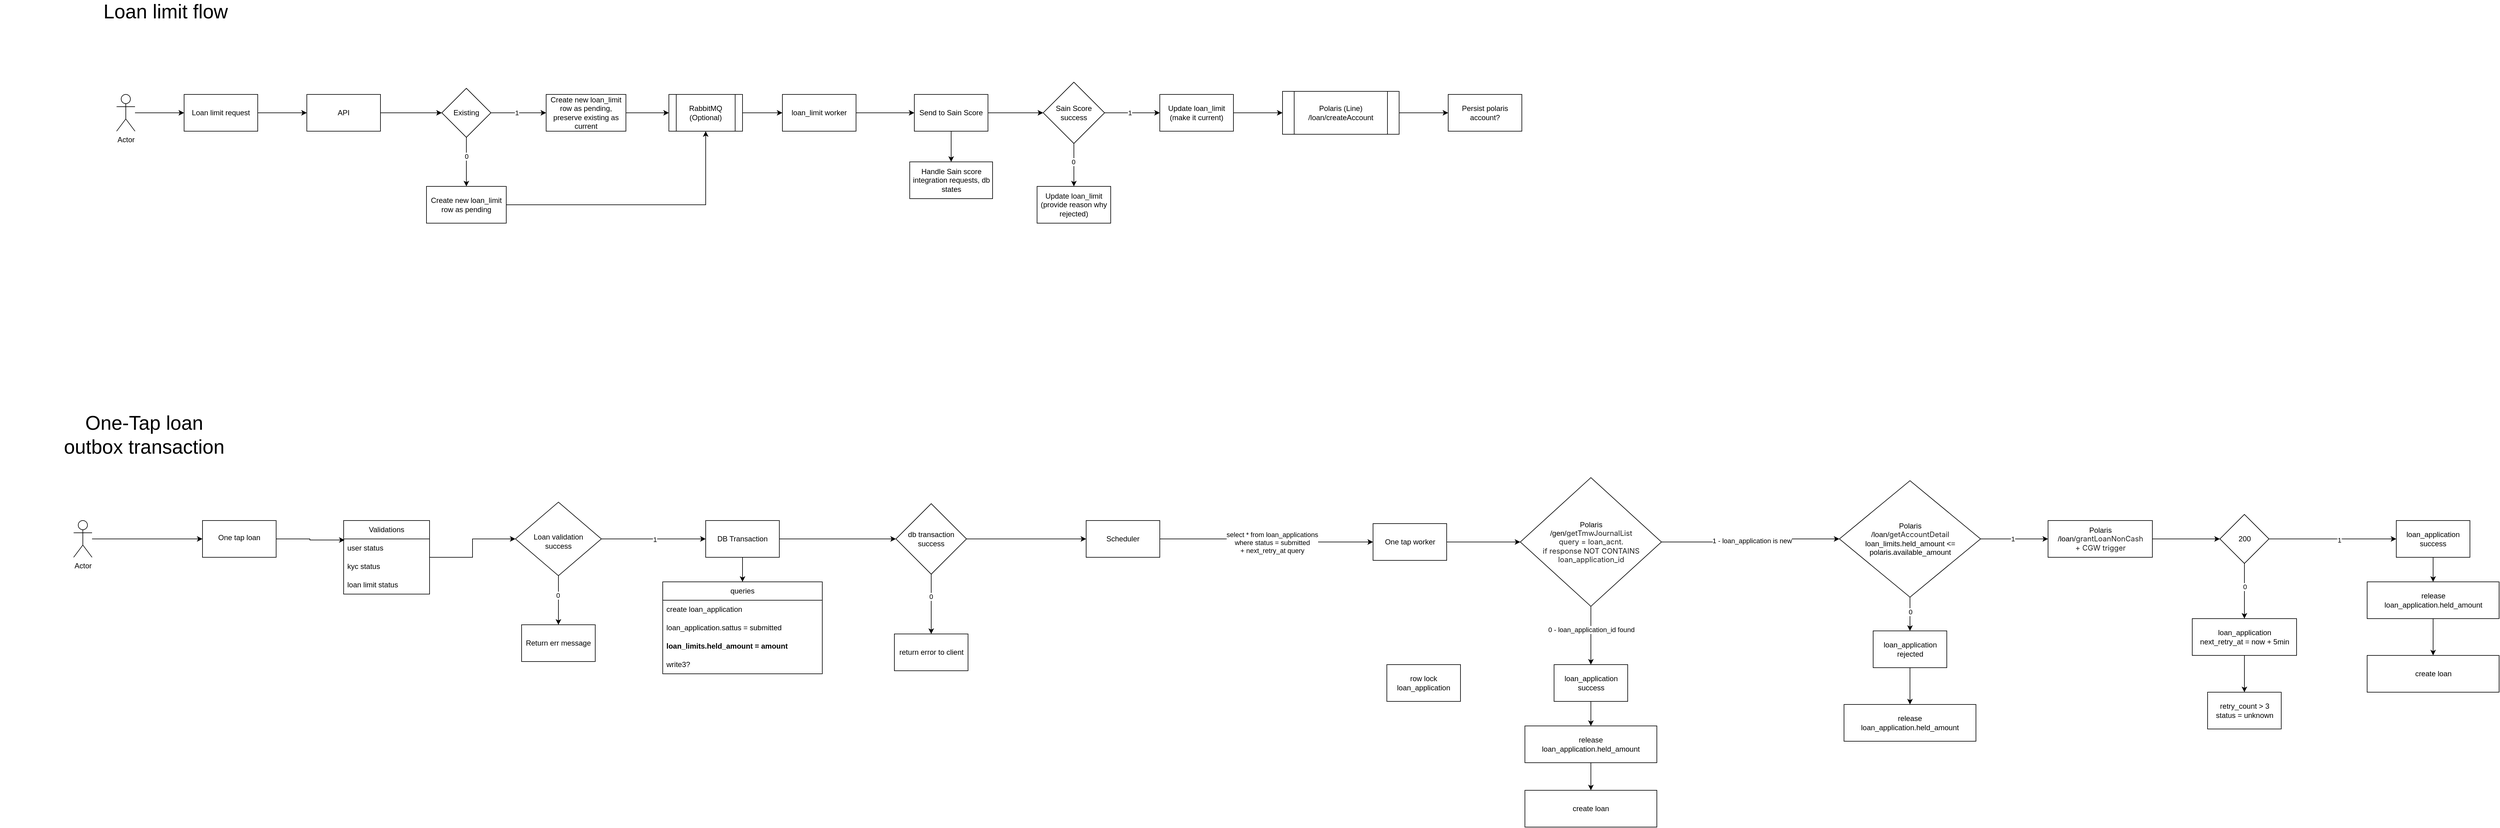
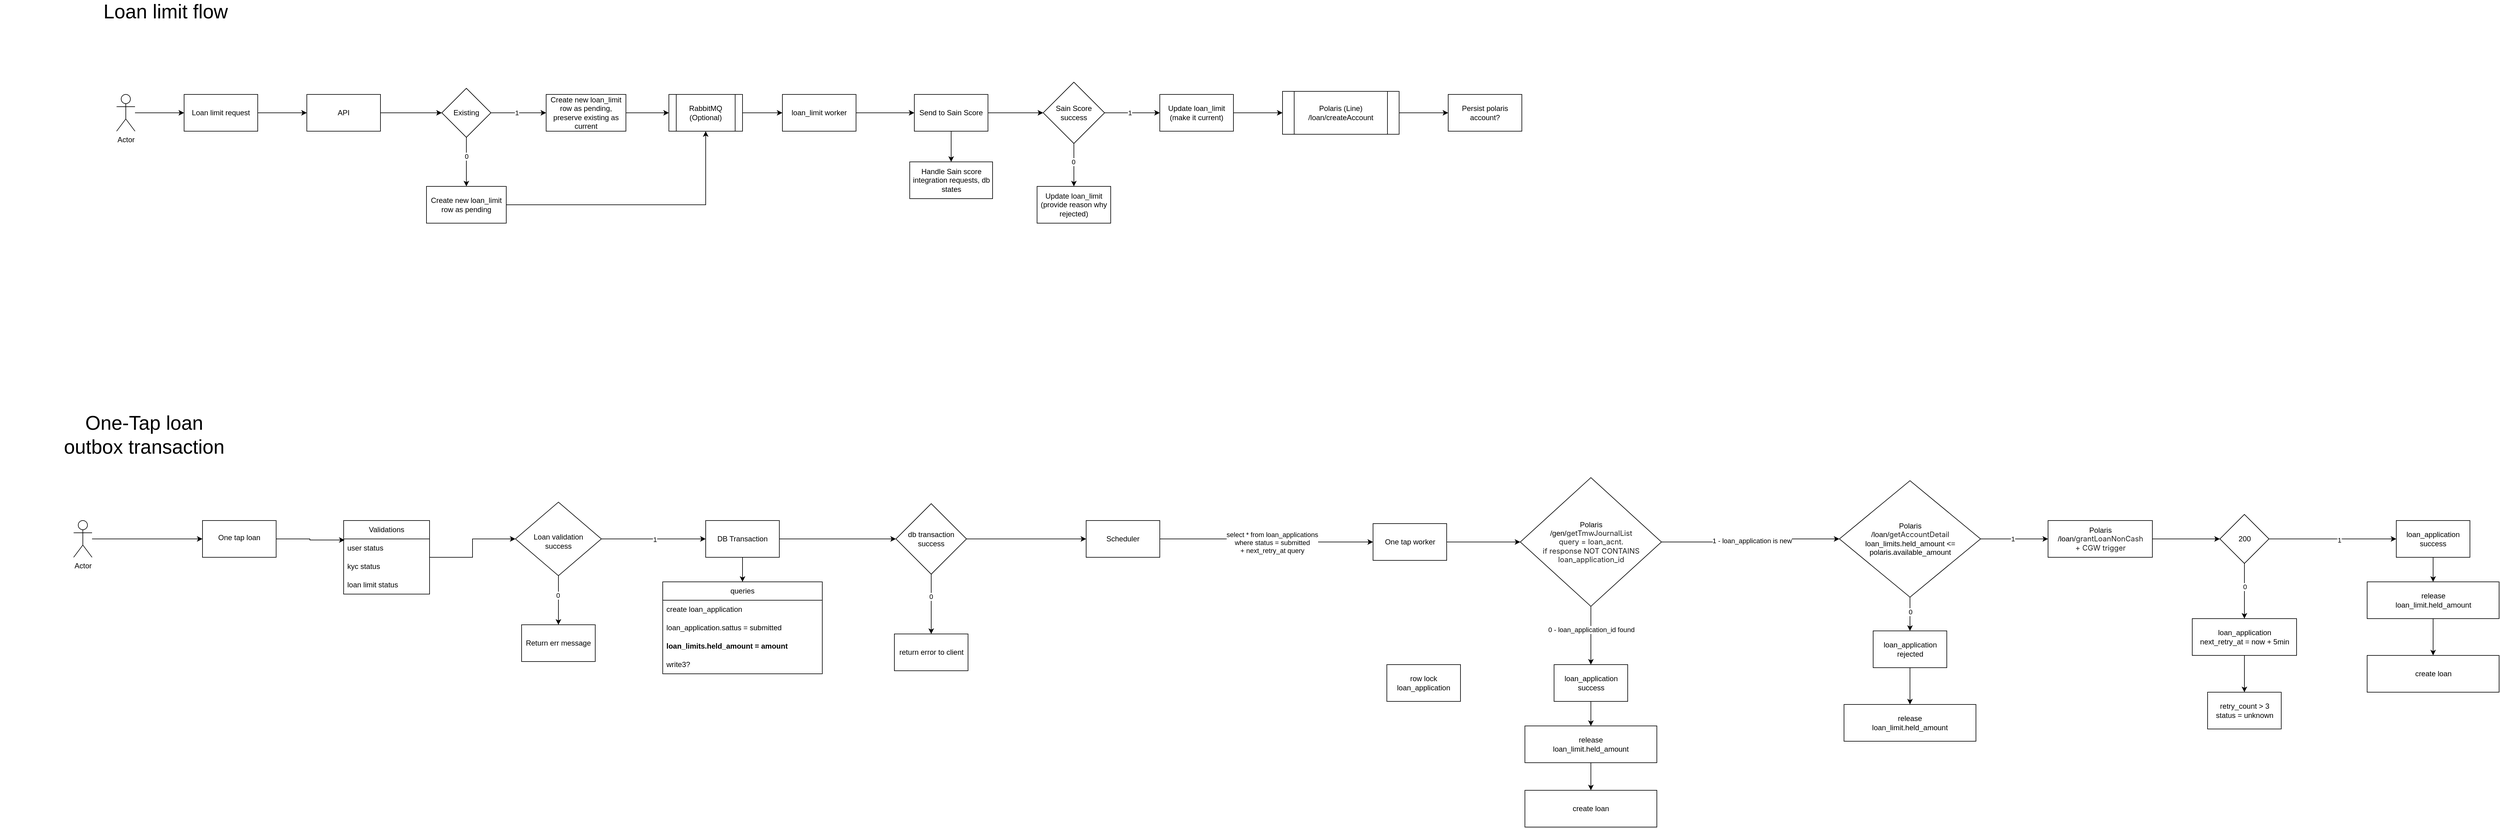
<mxfile host="app.diagrams.net">
  <diagram name="Page-1" id="VCBSuIh8bz7kurrQ0Zaz">
    <mxGraphModel dx="2067" dy="712" grid="1" gridSize="10" guides="1" tooltips="1" connect="1" arrows="1" fold="1" page="1" pageScale="1" pageWidth="850" pageHeight="1100" math="0" shadow="0">
      <root>
        <mxCell id="0" />
        <mxCell id="1" parent="0" />
        <mxCell id="KqixbsF9o6dLofBvsG9t-5" edge="1" parent="1" source="KqixbsF9o6dLofBvsG9t-1" style="edgeStyle=orthogonalEdgeStyle;rounded=0;orthogonalLoop=1;jettySize=auto;html=1;" target="KqixbsF9o6dLofBvsG9t-4" value="">
          <mxGeometry relative="1" as="geometry" />
        </mxCell>
        <mxCell id="KqixbsF9o6dLofBvsG9t-1" parent="1" style="rounded=0;whiteSpace=wrap;html=1;" value="Loan limit request" vertex="1">
          <mxGeometry height="60" width="120" x="150" y="210" as="geometry" />
        </mxCell>
        <mxCell id="KqixbsF9o6dLofBvsG9t-3" edge="1" parent="1" source="KqixbsF9o6dLofBvsG9t-2" style="edgeStyle=orthogonalEdgeStyle;rounded=0;orthogonalLoop=1;jettySize=auto;html=1;" target="KqixbsF9o6dLofBvsG9t-1" value="">
          <mxGeometry relative="1" as="geometry" />
        </mxCell>
        <mxCell id="KqixbsF9o6dLofBvsG9t-2" parent="1" style="shape=umlActor;verticalLabelPosition=bottom;verticalAlign=top;html=1;outlineConnect=0;" value="Actor" vertex="1">
          <mxGeometry height="60" width="30" x="40" y="210" as="geometry" />
        </mxCell>
        <mxCell id="KqixbsF9o6dLofBvsG9t-9" edge="1" parent="1" source="KqixbsF9o6dLofBvsG9t-4" style="edgeStyle=orthogonalEdgeStyle;rounded=0;orthogonalLoop=1;jettySize=auto;html=1;" target="KqixbsF9o6dLofBvsG9t-8" value="">
          <mxGeometry relative="1" as="geometry" />
        </mxCell>
        <mxCell id="KqixbsF9o6dLofBvsG9t-4" parent="1" style="rounded=0;whiteSpace=wrap;html=1;" value="API" vertex="1">
          <mxGeometry height="60" width="120" x="350" y="210" as="geometry" />
        </mxCell>
        <mxCell id="KqixbsF9o6dLofBvsG9t-11" edge="1" parent="1" source="KqixbsF9o6dLofBvsG9t-8" style="edgeStyle=orthogonalEdgeStyle;rounded=0;orthogonalLoop=1;jettySize=auto;html=1;" target="KqixbsF9o6dLofBvsG9t-10" value="">
          <mxGeometry relative="1" as="geometry" />
        </mxCell>
        <mxCell id="KqixbsF9o6dLofBvsG9t-12" connectable="0" parent="KqixbsF9o6dLofBvsG9t-11" style="edgeLabel;html=1;align=center;verticalAlign=middle;resizable=0;points=[];" value="1" vertex="1">
          <mxGeometry relative="1" x="-0.079" as="geometry">
            <mxPoint as="offset" />
          </mxGeometry>
        </mxCell>
        <mxCell id="KqixbsF9o6dLofBvsG9t-14" edge="1" parent="1" source="KqixbsF9o6dLofBvsG9t-8" style="edgeStyle=orthogonalEdgeStyle;rounded=0;orthogonalLoop=1;jettySize=auto;html=1;" target="KqixbsF9o6dLofBvsG9t-13" value="">
          <mxGeometry relative="1" as="geometry" />
        </mxCell>
        <mxCell id="KqixbsF9o6dLofBvsG9t-15" connectable="0" parent="KqixbsF9o6dLofBvsG9t-14" style="edgeLabel;html=1;align=center;verticalAlign=middle;resizable=0;points=[];" value="0" vertex="1">
          <mxGeometry relative="1" x="-0.2407" as="geometry">
            <mxPoint as="offset" />
          </mxGeometry>
        </mxCell>
        <mxCell id="KqixbsF9o6dLofBvsG9t-8" parent="1" style="rhombus;whiteSpace=wrap;html=1;rounded=0;" value="Existing" vertex="1">
          <mxGeometry height="80" width="80" x="570" y="200" as="geometry" />
        </mxCell>
        <mxCell id="KqixbsF9o6dLofBvsG9t-23" edge="1" parent="1" source="KqixbsF9o6dLofBvsG9t-10" style="edgeStyle=orthogonalEdgeStyle;rounded=0;orthogonalLoop=1;jettySize=auto;html=1;" target="KqixbsF9o6dLofBvsG9t-22" value="">
          <mxGeometry relative="1" as="geometry" />
        </mxCell>
        <mxCell id="KqixbsF9o6dLofBvsG9t-10" parent="1" style="whiteSpace=wrap;html=1;rounded=0;" value="Create new loan_limit row as pending, preserve existing as current" vertex="1">
          <mxGeometry height="60" width="130" x="740" y="210" as="geometry" />
        </mxCell>
        <mxCell id="KqixbsF9o6dLofBvsG9t-26" edge="1" parent="1" source="KqixbsF9o6dLofBvsG9t-13" style="edgeStyle=orthogonalEdgeStyle;rounded=0;orthogonalLoop=1;jettySize=auto;html=1;entryX=0.5;entryY=1;entryDx=0;entryDy=0;" target="KqixbsF9o6dLofBvsG9t-22">
          <mxGeometry relative="1" as="geometry" />
        </mxCell>
        <mxCell id="KqixbsF9o6dLofBvsG9t-13" parent="1" style="whiteSpace=wrap;html=1;rounded=0;" value="Create new loan_limit row as pending" vertex="1">
          <mxGeometry height="60" width="130" x="545" y="360" as="geometry" />
        </mxCell>
        <mxCell id="KqixbsF9o6dLofBvsG9t-25" edge="1" parent="1" source="KqixbsF9o6dLofBvsG9t-22" style="edgeStyle=orthogonalEdgeStyle;rounded=0;orthogonalLoop=1;jettySize=auto;html=1;" target="KqixbsF9o6dLofBvsG9t-24" value="">
          <mxGeometry relative="1" as="geometry" />
        </mxCell>
        <mxCell id="KqixbsF9o6dLofBvsG9t-22" parent="1" style="shape=process;whiteSpace=wrap;html=1;backgroundOutline=1;rounded=0;" value="RabbitMQ (Optional)" vertex="1">
          <mxGeometry height="60" width="120" x="940" y="210" as="geometry" />
        </mxCell>
        <mxCell id="KqixbsF9o6dLofBvsG9t-28" edge="1" parent="1" source="KqixbsF9o6dLofBvsG9t-24" style="edgeStyle=orthogonalEdgeStyle;rounded=0;orthogonalLoop=1;jettySize=auto;html=1;" target="KqixbsF9o6dLofBvsG9t-27" value="">
          <mxGeometry relative="1" as="geometry" />
        </mxCell>
        <mxCell id="KqixbsF9o6dLofBvsG9t-24" parent="1" style="whiteSpace=wrap;html=1;rounded=0;" value="loan_limit worker" vertex="1">
          <mxGeometry height="60" width="120" x="1125" y="210" as="geometry" />
        </mxCell>
        <mxCell id="KqixbsF9o6dLofBvsG9t-30" edge="1" parent="1" source="KqixbsF9o6dLofBvsG9t-27" style="edgeStyle=orthogonalEdgeStyle;rounded=0;orthogonalLoop=1;jettySize=auto;html=1;" target="KqixbsF9o6dLofBvsG9t-29" value="">
          <mxGeometry relative="1" as="geometry" />
        </mxCell>
        <mxCell id="KqixbsF9o6dLofBvsG9t-38" edge="1" parent="1" source="KqixbsF9o6dLofBvsG9t-27" style="edgeStyle=orthogonalEdgeStyle;rounded=0;orthogonalLoop=1;jettySize=auto;html=1;" target="KqixbsF9o6dLofBvsG9t-37" value="">
          <mxGeometry relative="1" as="geometry" />
        </mxCell>
        <mxCell id="KqixbsF9o6dLofBvsG9t-27" parent="1" style="whiteSpace=wrap;html=1;rounded=0;" value="Send to Sain Score" vertex="1">
          <mxGeometry height="60" width="120" x="1340" y="210" as="geometry" />
        </mxCell>
        <mxCell id="KqixbsF9o6dLofBvsG9t-32" edge="1" parent="1" source="KqixbsF9o6dLofBvsG9t-29" style="edgeStyle=orthogonalEdgeStyle;rounded=0;orthogonalLoop=1;jettySize=auto;html=1;" target="KqixbsF9o6dLofBvsG9t-31" value="">
          <mxGeometry relative="1" as="geometry" />
        </mxCell>
        <mxCell id="KqixbsF9o6dLofBvsG9t-33" connectable="0" parent="KqixbsF9o6dLofBvsG9t-32" style="edgeLabel;html=1;align=center;verticalAlign=middle;resizable=0;points=[];" value="1" vertex="1">
          <mxGeometry relative="1" x="-0.1048" as="geometry">
            <mxPoint as="offset" />
          </mxGeometry>
        </mxCell>
        <mxCell id="KqixbsF9o6dLofBvsG9t-35" edge="1" parent="1" source="KqixbsF9o6dLofBvsG9t-29" style="edgeStyle=orthogonalEdgeStyle;rounded=0;orthogonalLoop=1;jettySize=auto;html=1;" target="KqixbsF9o6dLofBvsG9t-34" value="">
          <mxGeometry relative="1" as="geometry" />
        </mxCell>
        <mxCell id="KqixbsF9o6dLofBvsG9t-36" connectable="0" parent="KqixbsF9o6dLofBvsG9t-35" style="edgeLabel;html=1;align=center;verticalAlign=middle;resizable=0;points=[];" value="0" vertex="1">
          <mxGeometry relative="1" x="-0.1429" y="-1" as="geometry">
            <mxPoint as="offset" />
          </mxGeometry>
        </mxCell>
        <mxCell id="KqixbsF9o6dLofBvsG9t-29" parent="1" style="rhombus;whiteSpace=wrap;html=1;rounded=0;" value="Sain Score success" vertex="1">
          <mxGeometry height="100" width="100" x="1550" y="190" as="geometry" />
        </mxCell>
        <mxCell id="KqixbsF9o6dLofBvsG9t-66" edge="1" parent="1" source="KqixbsF9o6dLofBvsG9t-31" style="edgeStyle=orthogonalEdgeStyle;rounded=0;orthogonalLoop=1;jettySize=auto;html=1;" target="KqixbsF9o6dLofBvsG9t-65" value="">
          <mxGeometry relative="1" as="geometry" />
        </mxCell>
        <mxCell id="KqixbsF9o6dLofBvsG9t-31" parent="1" style="whiteSpace=wrap;html=1;rounded=0;" value="Update loan_limit (make it current)" vertex="1">
          <mxGeometry height="60" width="120" x="1740" y="210" as="geometry" />
        </mxCell>
        <mxCell id="KqixbsF9o6dLofBvsG9t-34" parent="1" style="whiteSpace=wrap;html=1;rounded=0;" value="Update loan_limit&lt;br&gt;(provide reason why rejected)" vertex="1">
          <mxGeometry height="60" width="120" x="1540" y="360" as="geometry" />
        </mxCell>
        <mxCell id="KqixbsF9o6dLofBvsG9t-37" parent="1" style="whiteSpace=wrap;html=1;rounded=0;" value="Handle Sain score integration requests, db states" vertex="1">
          <mxGeometry height="60" width="135" x="1332.5" y="320" as="geometry" />
        </mxCell>
        <mxCell id="KqixbsF9o6dLofBvsG9t-40" parent="1" style="text;html=1;whiteSpace=wrap;strokeColor=none;fillColor=none;align=center;verticalAlign=middle;rounded=0;fontSize=32;" value="Loan limit flow" vertex="1">
          <mxGeometry height="30" width="260" x="-10" y="60" as="geometry" />
        </mxCell>
        <mxCell id="KqixbsF9o6dLofBvsG9t-74" edge="1" parent="1" source="KqixbsF9o6dLofBvsG9t-65" style="edgeStyle=orthogonalEdgeStyle;rounded=0;orthogonalLoop=1;jettySize=auto;html=1;" target="KqixbsF9o6dLofBvsG9t-73" value="">
          <mxGeometry relative="1" as="geometry" />
        </mxCell>
        <mxCell id="KqixbsF9o6dLofBvsG9t-65" parent="1" style="shape=process;whiteSpace=wrap;html=1;backgroundOutline=1;rounded=0;" value="Polaris (Line)&lt;br&gt;/loan/createAccount" vertex="1">
          <mxGeometry height="70" width="190" x="1940" y="205" as="geometry" />
        </mxCell>
        <mxCell id="KqixbsF9o6dLofBvsG9t-73" parent="1" style="whiteSpace=wrap;html=1;rounded=0;" value="Persist polaris account?" vertex="1">
          <mxGeometry height="60" width="120" x="2210" y="210" as="geometry" />
        </mxCell>
        <mxCell id="U8Ajh8Gpa-m2DNKNFQys-1" parent="1" style="text;html=1;whiteSpace=wrap;strokeColor=none;fillColor=none;align=center;verticalAlign=middle;rounded=0;fontSize=32;" value="One-Tap loan&lt;br&gt;outbox transaction" vertex="1">
          <mxGeometry height="30" width="470" x="-150" y="750" as="geometry" />
        </mxCell>
        <mxCell id="In8fDh9ZLN2M87an2Miy-1" edge="1" parent="1" source="In8fDh9ZLN2M87an2Miy-2" style="edgeStyle=orthogonalEdgeStyle;rounded=0;orthogonalLoop=1;jettySize=auto;html=1;" target="In8fDh9ZLN2M87an2Miy-4" value="">
          <mxGeometry relative="1" as="geometry" />
        </mxCell>
        <mxCell id="In8fDh9ZLN2M87an2Miy-2" parent="1" style="shape=umlActor;verticalLabelPosition=bottom;verticalAlign=top;html=1;outlineConnect=0;" value="Actor" vertex="1">
          <mxGeometry height="60" width="30" x="-30" y="905" as="geometry" />
        </mxCell>
        <mxCell id="In8fDh9ZLN2M87an2Miy-3" edge="1" parent="1" source="In8fDh9ZLN2M87an2Miy-4" style="edgeStyle=orthogonalEdgeStyle;rounded=0;orthogonalLoop=1;jettySize=auto;html=1;entryX=0.011;entryY=0.06;entryDx=0;entryDy=0;entryPerimeter=0;" target="In8fDh9ZLN2M87an2Miy-28" value="">
          <mxGeometry relative="1" as="geometry">
            <mxPoint x="390" y="935" as="targetPoint" />
          </mxGeometry>
        </mxCell>
        <mxCell id="In8fDh9ZLN2M87an2Miy-4" parent="1" style="whiteSpace=wrap;html=1;verticalAlign=top;" value="&lt;div&gt;&lt;br&gt;&lt;/div&gt;&lt;div&gt;One tap loan&lt;/div&gt;" vertex="1">
          <mxGeometry height="60" width="120" x="180" y="905" as="geometry" />
        </mxCell>
        <mxCell id="In8fDh9ZLN2M87an2Miy-5" edge="1" parent="1" source="In8fDh9ZLN2M87an2Miy-9" style="edgeStyle=orthogonalEdgeStyle;rounded=0;orthogonalLoop=1;jettySize=auto;html=1;" target="In8fDh9ZLN2M87an2Miy-12" value="">
          <mxGeometry relative="1" as="geometry" />
        </mxCell>
        <mxCell id="In8fDh9ZLN2M87an2Miy-6" connectable="0" parent="In8fDh9ZLN2M87an2Miy-5" style="edgeLabel;html=1;align=center;verticalAlign=middle;resizable=0;points=[];" value="1" vertex="1">
          <mxGeometry relative="1" x="0.0162" y="-1" as="geometry">
            <mxPoint as="offset" />
          </mxGeometry>
        </mxCell>
        <mxCell id="In8fDh9ZLN2M87an2Miy-7" edge="1" parent="1" source="In8fDh9ZLN2M87an2Miy-9" style="edgeStyle=orthogonalEdgeStyle;rounded=0;orthogonalLoop=1;jettySize=auto;html=1;" target="In8fDh9ZLN2M87an2Miy-13" value="">
          <mxGeometry relative="1" as="geometry" />
        </mxCell>
        <mxCell id="In8fDh9ZLN2M87an2Miy-8" connectable="0" parent="In8fDh9ZLN2M87an2Miy-7" style="edgeLabel;html=1;align=center;verticalAlign=middle;resizable=0;points=[];" value="0" vertex="1">
          <mxGeometry relative="1" x="-0.2091" y="-1" as="geometry">
            <mxPoint as="offset" />
          </mxGeometry>
        </mxCell>
        <mxCell id="In8fDh9ZLN2M87an2Miy-9" parent="1" style="rhombus;whiteSpace=wrap;html=1;verticalAlign=top;" value="&lt;br&gt;&lt;br&gt;&lt;div&gt;&lt;br&gt;&lt;/div&gt;&lt;div&gt;Loan validation&lt;br&gt;success&lt;/div&gt;" vertex="1">
          <mxGeometry height="120" width="140" x="690" y="875" as="geometry" />
        </mxCell>
        <mxCell id="In8fDh9ZLN2M87an2Miy-10" edge="1" parent="1" source="In8fDh9ZLN2M87an2Miy-12" style="edgeStyle=orthogonalEdgeStyle;rounded=0;orthogonalLoop=1;jettySize=auto;html=1;entryX=0.5;entryY=0;entryDx=0;entryDy=0;" target="In8fDh9ZLN2M87an2Miy-14">
          <mxGeometry relative="1" as="geometry" />
        </mxCell>
        <mxCell id="In8fDh9ZLN2M87an2Miy-54" edge="1" parent="1" source="In8fDh9ZLN2M87an2Miy-105" style="edgeStyle=orthogonalEdgeStyle;rounded=0;orthogonalLoop=1;jettySize=auto;html=1;exitX=1;exitY=0.5;exitDx=0;exitDy=0;" target="In8fDh9ZLN2M87an2Miy-53" value="">
          <mxGeometry relative="1" as="geometry">
            <mxPoint x="1830" y="940" as="sourcePoint" />
          </mxGeometry>
        </mxCell>
        <mxCell id="In8fDh9ZLN2M87an2Miy-55" connectable="0" parent="In8fDh9ZLN2M87an2Miy-54" style="edgeLabel;html=1;align=center;verticalAlign=middle;resizable=0;points=[];" value="select * from loan_applications&lt;br&gt;where status = submitted&lt;br&gt;+ next_retry_at query" vertex="1">
          <mxGeometry relative="1" x="0.0637" y="-1" as="geometry">
            <mxPoint as="offset" />
          </mxGeometry>
        </mxCell>
        <mxCell id="In8fDh9ZLN2M87an2Miy-99" edge="1" parent="1" source="In8fDh9ZLN2M87an2Miy-12" style="edgeStyle=orthogonalEdgeStyle;rounded=0;orthogonalLoop=1;jettySize=auto;html=1;" target="In8fDh9ZLN2M87an2Miy-98" value="">
          <mxGeometry relative="1" as="geometry" />
        </mxCell>
        <mxCell id="In8fDh9ZLN2M87an2Miy-12" parent="1" style="whiteSpace=wrap;html=1;verticalAlign=middle;" value="DB Transaction" vertex="1">
          <mxGeometry height="60" width="120" x="1000" y="905" as="geometry" />
        </mxCell>
        <mxCell id="In8fDh9ZLN2M87an2Miy-13" parent="1" style="whiteSpace=wrap;html=1;verticalAlign=middle;" value="Return err message" vertex="1">
          <mxGeometry height="60" width="120" x="700" y="1075" as="geometry" />
        </mxCell>
        <mxCell id="In8fDh9ZLN2M87an2Miy-14" parent="1" style="swimlane;fontStyle=0;childLayout=stackLayout;horizontal=1;startSize=30;horizontalStack=0;resizeParent=1;resizeParentMax=0;resizeLast=0;collapsible=1;marginBottom=0;whiteSpace=wrap;html=1;" value="queries" vertex="1">
          <mxGeometry height="150" width="260" x="930" y="1005" as="geometry" />
        </mxCell>
        <mxCell id="In8fDh9ZLN2M87an2Miy-15" parent="In8fDh9ZLN2M87an2Miy-14" style="text;strokeColor=none;fillColor=none;align=left;verticalAlign=middle;spacingLeft=4;spacingRight=4;overflow=hidden;points=[[0,0.5],[1,0.5]];portConstraint=eastwest;rotatable=0;whiteSpace=wrap;html=1;" value="create loan_application" vertex="1">
          <mxGeometry height="30" width="260" y="30" as="geometry" />
        </mxCell>
        <mxCell id="In8fDh9ZLN2M87an2Miy-104" parent="In8fDh9ZLN2M87an2Miy-14" style="text;strokeColor=none;fillColor=none;align=left;verticalAlign=middle;spacingLeft=4;spacingRight=4;overflow=hidden;points=[[0,0.5],[1,0.5]];portConstraint=eastwest;rotatable=0;whiteSpace=wrap;html=1;" value="loan_application.sattus = submitted" vertex="1">
          <mxGeometry height="30" width="260" y="60" as="geometry" />
        </mxCell>
        <mxCell id="In8fDh9ZLN2M87an2Miy-16" parent="In8fDh9ZLN2M87an2Miy-14" style="text;strokeColor=none;fillColor=none;align=left;verticalAlign=middle;spacingLeft=4;spacingRight=4;overflow=hidden;points=[[0,0.5],[1,0.5]];portConstraint=eastwest;rotatable=0;whiteSpace=wrap;html=1;fontStyle=1" value="loan_limits.held_amount = amount" vertex="1">
          <mxGeometry height="30" width="260" y="90" as="geometry" />
        </mxCell>
        <mxCell id="In8fDh9ZLN2M87an2Miy-17" parent="In8fDh9ZLN2M87an2Miy-14" style="text;strokeColor=none;fillColor=none;align=left;verticalAlign=middle;spacingLeft=4;spacingRight=4;overflow=hidden;points=[[0,0.5],[1,0.5]];portConstraint=eastwest;rotatable=0;whiteSpace=wrap;html=1;" value="write3?" vertex="1">
          <mxGeometry height="30" width="260" y="120" as="geometry" />
        </mxCell>
        <mxCell id="In8fDh9ZLN2M87an2Miy-32" edge="1" parent="1" source="In8fDh9ZLN2M87an2Miy-27" style="edgeStyle=orthogonalEdgeStyle;rounded=0;orthogonalLoop=1;jettySize=auto;html=1;entryX=0;entryY=0.5;entryDx=0;entryDy=0;" target="In8fDh9ZLN2M87an2Miy-9">
          <mxGeometry relative="1" as="geometry" />
        </mxCell>
        <mxCell id="In8fDh9ZLN2M87an2Miy-27" parent="1" style="swimlane;fontStyle=0;childLayout=stackLayout;horizontal=1;startSize=30;horizontalStack=0;resizeParent=1;resizeParentMax=0;resizeLast=0;collapsible=1;marginBottom=0;whiteSpace=wrap;html=1;" value="Validations" vertex="1">
          <mxGeometry height="120" width="140" x="410" y="905" as="geometry" />
        </mxCell>
        <mxCell id="In8fDh9ZLN2M87an2Miy-28" parent="In8fDh9ZLN2M87an2Miy-27" style="text;strokeColor=none;fillColor=none;align=left;verticalAlign=middle;spacingLeft=4;spacingRight=4;overflow=hidden;points=[[0,0.5],[1,0.5]];portConstraint=eastwest;rotatable=0;whiteSpace=wrap;html=1;" value="user status" vertex="1">
          <mxGeometry height="30" width="140" y="30" as="geometry" />
        </mxCell>
        <mxCell id="In8fDh9ZLN2M87an2Miy-29" parent="In8fDh9ZLN2M87an2Miy-27" style="text;strokeColor=none;fillColor=none;align=left;verticalAlign=middle;spacingLeft=4;spacingRight=4;overflow=hidden;points=[[0,0.5],[1,0.5]];portConstraint=eastwest;rotatable=0;whiteSpace=wrap;html=1;" value="kyc status" vertex="1">
          <mxGeometry height="30" width="140" y="60" as="geometry" />
        </mxCell>
        <mxCell id="In8fDh9ZLN2M87an2Miy-33" parent="In8fDh9ZLN2M87an2Miy-27" style="text;strokeColor=none;fillColor=none;align=left;verticalAlign=middle;spacingLeft=4;spacingRight=4;overflow=hidden;points=[[0,0.5],[1,0.5]];portConstraint=eastwest;rotatable=0;whiteSpace=wrap;html=1;" value="loan limit status" vertex="1">
          <mxGeometry height="30" width="140" y="90" as="geometry" />
        </mxCell>
        <mxCell id="In8fDh9ZLN2M87an2Miy-70" edge="1" parent="1" source="In8fDh9ZLN2M87an2Miy-53" style="edgeStyle=orthogonalEdgeStyle;rounded=0;orthogonalLoop=1;jettySize=auto;html=1;entryX=0;entryY=0.5;entryDx=0;entryDy=0;" target="In8fDh9ZLN2M87an2Miy-69">
          <mxGeometry relative="1" as="geometry" />
        </mxCell>
        <mxCell id="In8fDh9ZLN2M87an2Miy-53" parent="1" style="whiteSpace=wrap;html=1;" value="One tap worker" vertex="1">
          <mxGeometry height="60" width="120" x="2087.5" y="910" as="geometry" />
        </mxCell>
        <mxCell id="In8fDh9ZLN2M87an2Miy-67" edge="1" parent="1" source="In8fDh9ZLN2M87an2Miy-58" style="edgeStyle=orthogonalEdgeStyle;rounded=0;orthogonalLoop=1;jettySize=auto;html=1;entryX=0;entryY=0.5;entryDx=0;entryDy=0;" target="In8fDh9ZLN2M87an2Miy-66" value="">
          <mxGeometry relative="1" as="geometry">
            <mxPoint x="3482.5" y="935" as="targetPoint" />
          </mxGeometry>
        </mxCell>
        <mxCell id="In8fDh9ZLN2M87an2Miy-58" parent="1" style="whiteSpace=wrap;html=1;" value="Polaris /loan/&lt;span style=&quot;color: rgb(33, 33, 33); font-family: Inter, system-ui, -apple-system, &amp;quot;system-ui&amp;quot;, &amp;quot;Segoe UI&amp;quot;, Roboto, Oxygen, Ubuntu, Cantarell, &amp;quot;Fira Sans&amp;quot;, &amp;quot;Droid Sans&amp;quot;, Helvetica, Arial, sans-serif; text-align: left; white-space: pre-wrap; background-color: rgb(255, 255, 255);&quot;&gt;grantLoanNonCash&lt;br/&gt;+ CGW trigger&lt;/span&gt;" vertex="1">
          <mxGeometry height="60" width="170" x="3187.5" y="905" as="geometry" />
        </mxCell>
        <mxCell id="In8fDh9ZLN2M87an2Miy-62" edge="1" parent="1" source="In8fDh9ZLN2M87an2Miy-59" style="edgeStyle=orthogonalEdgeStyle;rounded=0;orthogonalLoop=1;jettySize=auto;html=1;" target="In8fDh9ZLN2M87an2Miy-61" value="">
          <mxGeometry relative="1" as="geometry" />
        </mxCell>
        <mxCell id="In8fDh9ZLN2M87an2Miy-91" connectable="0" parent="In8fDh9ZLN2M87an2Miy-62" style="edgeLabel;html=1;align=center;verticalAlign=middle;resizable=0;points=[];" value="0" vertex="1">
          <mxGeometry relative="1" x="-0.1431" as="geometry">
            <mxPoint as="offset" />
          </mxGeometry>
        </mxCell>
        <mxCell id="In8fDh9ZLN2M87an2Miy-65" edge="1" parent="1" source="In8fDh9ZLN2M87an2Miy-59" style="edgeStyle=orthogonalEdgeStyle;rounded=0;orthogonalLoop=1;jettySize=auto;html=1;" target="In8fDh9ZLN2M87an2Miy-58">
          <mxGeometry relative="1" as="geometry" />
        </mxCell>
        <mxCell id="In8fDh9ZLN2M87an2Miy-90" connectable="0" parent="In8fDh9ZLN2M87an2Miy-65" style="edgeLabel;html=1;align=center;verticalAlign=middle;resizable=0;points=[];" value="1" vertex="1">
          <mxGeometry relative="1" x="-0.0451" as="geometry">
            <mxPoint as="offset" />
          </mxGeometry>
        </mxCell>
        <mxCell id="In8fDh9ZLN2M87an2Miy-59" parent="1" style="rhombus;whiteSpace=wrap;html=1;" value="Polaris&lt;br&gt;/loan/&lt;span style=&quot;color: rgb(33, 33, 33); font-family: Inter, system-ui, -apple-system, &amp;quot;system-ui&amp;quot;, &amp;quot;Segoe UI&amp;quot;, Roboto, Oxygen, Ubuntu, Cantarell, &amp;quot;Fira Sans&amp;quot;, &amp;quot;Droid Sans&amp;quot;, Helvetica, Arial, sans-serif; text-align: left; white-space: pre-wrap; background-color: rgb(255, 255, 255);&quot;&gt;getAccountDetail&lt;/span&gt;&lt;br&gt;loan_limits.held_amount &amp;lt;= polaris.available_amount" vertex="1">
          <mxGeometry height="190" width="230" x="2847.5" y="840" as="geometry" />
        </mxCell>
        <mxCell id="In8fDh9ZLN2M87an2Miy-64" edge="1" parent="1" source="In8fDh9ZLN2M87an2Miy-61" style="edgeStyle=orthogonalEdgeStyle;rounded=0;orthogonalLoop=1;jettySize=auto;html=1;" target="In8fDh9ZLN2M87an2Miy-63" value="">
          <mxGeometry relative="1" as="geometry" />
        </mxCell>
        <mxCell id="In8fDh9ZLN2M87an2Miy-61" parent="1" style="whiteSpace=wrap;html=1;" value="loan_application&lt;br&gt;rejected" vertex="1">
          <mxGeometry height="60" width="120" x="2902.5" y="1085" as="geometry" />
        </mxCell>
-         <mxCell id="In8fDh9ZLN2M87an2Miy-63" parent="1" style="whiteSpace=wrap;html=1;" value="release &lt;br&gt;loan_application.held_amount" vertex="1">
+         <mxCell id="In8fDh9ZLN2M87an2Miy-63" parent="1" style="whiteSpace=wrap;html=1;" value="release &lt;br&gt;loan_limit.held_amount" vertex="1">
          <mxGeometry height="60" width="215" x="2855" y="1205" as="geometry" />
        </mxCell>
        <mxCell id="In8fDh9ZLN2M87an2Miy-81" edge="1" parent="1" source="In8fDh9ZLN2M87an2Miy-66" style="edgeStyle=orthogonalEdgeStyle;rounded=0;orthogonalLoop=1;jettySize=auto;html=1;entryX=0;entryY=0.5;entryDx=0;entryDy=0;" target="In8fDh9ZLN2M87an2Miy-79">
          <mxGeometry relative="1" as="geometry" />
        </mxCell>
        <mxCell id="In8fDh9ZLN2M87an2Miy-92" connectable="0" parent="In8fDh9ZLN2M87an2Miy-81" style="edgeLabel;html=1;align=center;verticalAlign=middle;resizable=0;points=[];" value="1" vertex="1">
          <mxGeometry relative="1" x="0.1055" y="-2" as="geometry">
            <mxPoint as="offset" />
          </mxGeometry>
        </mxCell>
        <mxCell id="In8fDh9ZLN2M87an2Miy-83" edge="1" parent="1" source="In8fDh9ZLN2M87an2Miy-66" style="edgeStyle=orthogonalEdgeStyle;rounded=0;orthogonalLoop=1;jettySize=auto;html=1;" target="In8fDh9ZLN2M87an2Miy-82" value="">
          <mxGeometry relative="1" as="geometry" />
        </mxCell>
        <mxCell id="In8fDh9ZLN2M87an2Miy-93" connectable="0" parent="In8fDh9ZLN2M87an2Miy-83" style="edgeLabel;html=1;align=center;verticalAlign=middle;resizable=0;points=[];" value="0" vertex="1">
          <mxGeometry relative="1" x="-0.1623" as="geometry">
            <mxPoint as="offset" />
          </mxGeometry>
        </mxCell>
        <mxCell id="In8fDh9ZLN2M87an2Miy-66" parent="1" style="rhombus;whiteSpace=wrap;html=1;" value="200" vertex="1">
          <mxGeometry height="80" width="80" x="3467.5" y="895" as="geometry" />
        </mxCell>
        <mxCell id="In8fDh9ZLN2M87an2Miy-68" parent="1" style="whiteSpace=wrap;html=1;" value="row lock&lt;br&gt;loan_application" vertex="1">
          <mxGeometry height="60" width="120" x="2110" y="1140" as="geometry" />
        </mxCell>
        <mxCell id="In8fDh9ZLN2M87an2Miy-71" edge="1" parent="1" source="In8fDh9ZLN2M87an2Miy-69" style="edgeStyle=orthogonalEdgeStyle;rounded=0;orthogonalLoop=1;jettySize=auto;html=1;entryX=0;entryY=0.5;entryDx=0;entryDy=0;" target="In8fDh9ZLN2M87an2Miy-59">
          <mxGeometry relative="1" as="geometry" />
        </mxCell>
        <mxCell id="In8fDh9ZLN2M87an2Miy-77" connectable="0" parent="In8fDh9ZLN2M87an2Miy-71" style="edgeLabel;html=1;align=center;verticalAlign=middle;resizable=0;points=[];" value="1 - loan_application is new" vertex="1">
          <mxGeometry relative="1" x="0.0312" y="-3" as="geometry">
            <mxPoint as="offset" />
          </mxGeometry>
        </mxCell>
        <mxCell id="In8fDh9ZLN2M87an2Miy-73" edge="1" parent="1" source="In8fDh9ZLN2M87an2Miy-69" style="edgeStyle=orthogonalEdgeStyle;rounded=0;orthogonalLoop=1;jettySize=auto;html=1;" target="In8fDh9ZLN2M87an2Miy-72" value="">
          <mxGeometry relative="1" as="geometry" />
        </mxCell>
        <mxCell id="In8fDh9ZLN2M87an2Miy-74" connectable="0" parent="In8fDh9ZLN2M87an2Miy-73" style="edgeLabel;html=1;align=center;verticalAlign=middle;resizable=0;points=[];" value="0 - loan_application_id found" vertex="1">
          <mxGeometry relative="1" x="-0.1975" as="geometry">
            <mxPoint as="offset" />
          </mxGeometry>
        </mxCell>
        <mxCell id="In8fDh9ZLN2M87an2Miy-69" parent="1" style="rhombus;whiteSpace=wrap;html=1;" value="Polaris&lt;br&gt;/gen/&lt;span style=&quot;white-space: pre-wrap; color: rgb(33, 33, 33); font-family: Inter, system-ui, -apple-system, &amp;quot;system-ui&amp;quot;, &amp;quot;Segoe UI&amp;quot;, Roboto, Oxygen, Ubuntu, Cantarell, &amp;quot;Fira Sans&amp;quot;, &amp;quot;Droid Sans&amp;quot;, Helvetica, Arial, sans-serif; text-align: left; background-color: rgb(255, 255, 255);&quot;&gt;getTmwJournalList&lt;br&gt;query = loan_acnt.&lt;br&gt;if response NOT CONTAINS&lt;br&gt;loan_application_id&lt;/span&gt;" vertex="1">
          <mxGeometry height="210" width="230" x="2327.5" y="835" as="geometry" />
        </mxCell>
        <mxCell id="In8fDh9ZLN2M87an2Miy-76" edge="1" parent="1" source="In8fDh9ZLN2M87an2Miy-72" style="edgeStyle=orthogonalEdgeStyle;rounded=0;orthogonalLoop=1;jettySize=auto;html=1;" target="In8fDh9ZLN2M87an2Miy-75" value="">
          <mxGeometry relative="1" as="geometry" />
        </mxCell>
        <mxCell id="In8fDh9ZLN2M87an2Miy-72" parent="1" style="whiteSpace=wrap;html=1;" value="loan_application&lt;br&gt;success" vertex="1">
          <mxGeometry height="60" width="120" x="2382.5" y="1140" as="geometry" />
        </mxCell>
        <mxCell id="In8fDh9ZLN2M87an2Miy-85" edge="1" parent="1" source="In8fDh9ZLN2M87an2Miy-75" style="edgeStyle=orthogonalEdgeStyle;rounded=0;orthogonalLoop=1;jettySize=auto;html=1;" target="In8fDh9ZLN2M87an2Miy-84" value="">
          <mxGeometry relative="1" as="geometry" />
        </mxCell>
-         <mxCell id="In8fDh9ZLN2M87an2Miy-75" parent="1" style="whiteSpace=wrap;html=1;" value="release &lt;br&gt;loan_application.held_amount" vertex="1">
+         <mxCell id="In8fDh9ZLN2M87an2Miy-75" parent="1" style="whiteSpace=wrap;html=1;" value="release &lt;br&gt;loan_limit.held_amount" vertex="1">
          <mxGeometry height="60" width="215" x="2335" y="1240" as="geometry" />
        </mxCell>
        <mxCell id="In8fDh9ZLN2M87an2Miy-78" edge="1" parent="1" source="In8fDh9ZLN2M87an2Miy-79" style="edgeStyle=orthogonalEdgeStyle;rounded=0;orthogonalLoop=1;jettySize=auto;html=1;" target="In8fDh9ZLN2M87an2Miy-80" value="">
          <mxGeometry relative="1" as="geometry" />
        </mxCell>
        <mxCell id="In8fDh9ZLN2M87an2Miy-79" parent="1" style="whiteSpace=wrap;html=1;" value="loan_application&lt;br&gt;success" vertex="1">
          <mxGeometry height="60" width="120" x="3755" y="905" as="geometry" />
        </mxCell>
        <mxCell id="In8fDh9ZLN2M87an2Miy-89" edge="1" parent="1" source="In8fDh9ZLN2M87an2Miy-80" style="edgeStyle=orthogonalEdgeStyle;rounded=0;orthogonalLoop=1;jettySize=auto;html=1;" target="In8fDh9ZLN2M87an2Miy-88" value="">
          <mxGeometry relative="1" as="geometry" />
        </mxCell>
-         <mxCell id="In8fDh9ZLN2M87an2Miy-80" parent="1" style="whiteSpace=wrap;html=1;" value="release &lt;br&gt;loan_application.held_amount" vertex="1">
+         <mxCell id="In8fDh9ZLN2M87an2Miy-80" parent="1" style="whiteSpace=wrap;html=1;" value="release &lt;br&gt;loan_limit.held_amount" vertex="1">
          <mxGeometry height="60" width="215" x="3707.5" y="1005" as="geometry" />
        </mxCell>
        <mxCell id="In8fDh9ZLN2M87an2Miy-95" edge="1" parent="1" source="In8fDh9ZLN2M87an2Miy-82" style="edgeStyle=orthogonalEdgeStyle;rounded=0;orthogonalLoop=1;jettySize=auto;html=1;" target="In8fDh9ZLN2M87an2Miy-94" value="">
          <mxGeometry relative="1" as="geometry" />
        </mxCell>
        <mxCell id="In8fDh9ZLN2M87an2Miy-82" parent="1" style="whiteSpace=wrap;html=1;" value="loan_application&lt;br&gt;next_retry_at = now + 5min" vertex="1">
          <mxGeometry height="60" width="170" x="3422.5" y="1065" as="geometry" />
        </mxCell>
        <mxCell id="In8fDh9ZLN2M87an2Miy-84" parent="1" style="whiteSpace=wrap;html=1;" value="create loan" vertex="1">
          <mxGeometry height="60" width="215" x="2335" y="1345" as="geometry" />
        </mxCell>
        <mxCell id="In8fDh9ZLN2M87an2Miy-88" parent="1" style="whiteSpace=wrap;html=1;" value="create loan" vertex="1">
          <mxGeometry height="60" width="215" x="3707.5" y="1125" as="geometry" />
        </mxCell>
        <mxCell id="In8fDh9ZLN2M87an2Miy-94" parent="1" style="whiteSpace=wrap;html=1;" value="retry_count &amp;gt; 3&lt;br&gt;status = unknown" vertex="1">
          <mxGeometry height="60" width="120" x="3447.5" y="1185" as="geometry" />
        </mxCell>
        <mxCell id="In8fDh9ZLN2M87an2Miy-101" edge="1" parent="1" source="In8fDh9ZLN2M87an2Miy-98" style="edgeStyle=orthogonalEdgeStyle;rounded=0;orthogonalLoop=1;jettySize=auto;html=1;" target="In8fDh9ZLN2M87an2Miy-100" value="">
          <mxGeometry relative="1" as="geometry" />
        </mxCell>
        <mxCell id="In8fDh9ZLN2M87an2Miy-103" connectable="0" parent="In8fDh9ZLN2M87an2Miy-101" style="edgeLabel;html=1;align=center;verticalAlign=middle;resizable=0;points=[];" value="0" vertex="1">
          <mxGeometry relative="1" x="-0.2536" y="-1" as="geometry">
            <mxPoint as="offset" />
          </mxGeometry>
        </mxCell>
        <mxCell id="In8fDh9ZLN2M87an2Miy-106" edge="1" parent="1" source="In8fDh9ZLN2M87an2Miy-98" style="edgeStyle=orthogonalEdgeStyle;rounded=0;orthogonalLoop=1;jettySize=auto;html=1;entryX=0;entryY=0.5;entryDx=0;entryDy=0;" target="In8fDh9ZLN2M87an2Miy-105">
          <mxGeometry relative="1" as="geometry" />
        </mxCell>
        <mxCell id="In8fDh9ZLN2M87an2Miy-98" parent="1" style="rhombus;whiteSpace=wrap;html=1;" value="db transaction success" vertex="1">
          <mxGeometry height="115" width="115" x="1310" y="877.5" as="geometry" />
        </mxCell>
        <mxCell id="In8fDh9ZLN2M87an2Miy-100" parent="1" style="whiteSpace=wrap;html=1;" value="return error to client" vertex="1">
          <mxGeometry height="60" width="120" x="1307.5" y="1090" as="geometry" />
        </mxCell>
        <mxCell id="In8fDh9ZLN2M87an2Miy-105" parent="1" style="rounded=0;whiteSpace=wrap;html=1;" value="Scheduler" vertex="1">
          <mxGeometry height="60" width="120" x="1620" y="905" as="geometry" />
        </mxCell>
      </root>
    </mxGraphModel>
  </diagram>
</mxfile>
